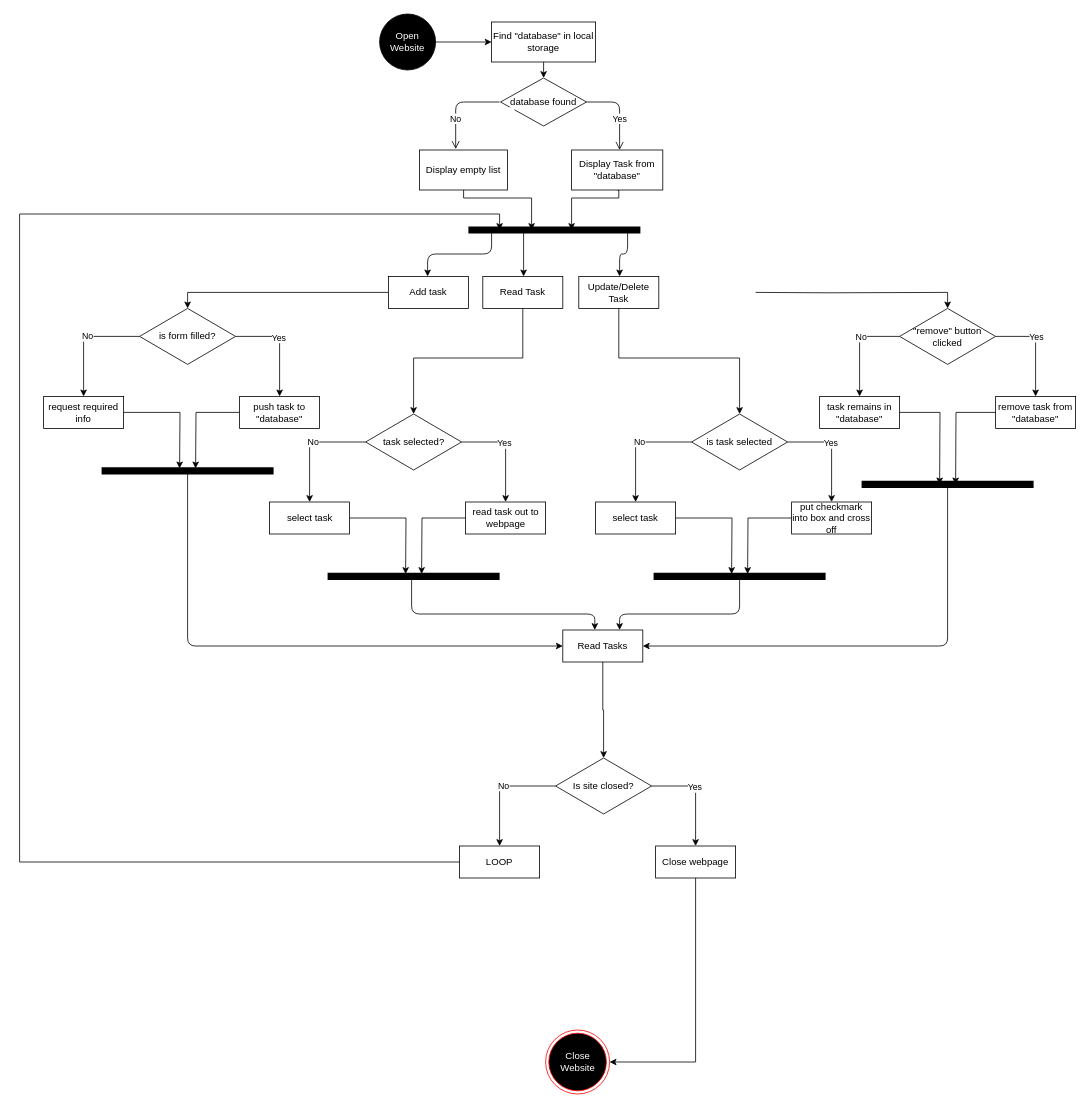
This is Untitled Diagram.drawio from mgarrettw4/Garrett, a draw.io file, before an edit. Source tidied: cells renumbered, new cells numbered last; positions are measured from the earlier drawing's top-left corner, leaving out a move shared by most shapes. Both pictures are drawn from the tidied source at 80%, with x=0, y=0 at pixel (19, 14).
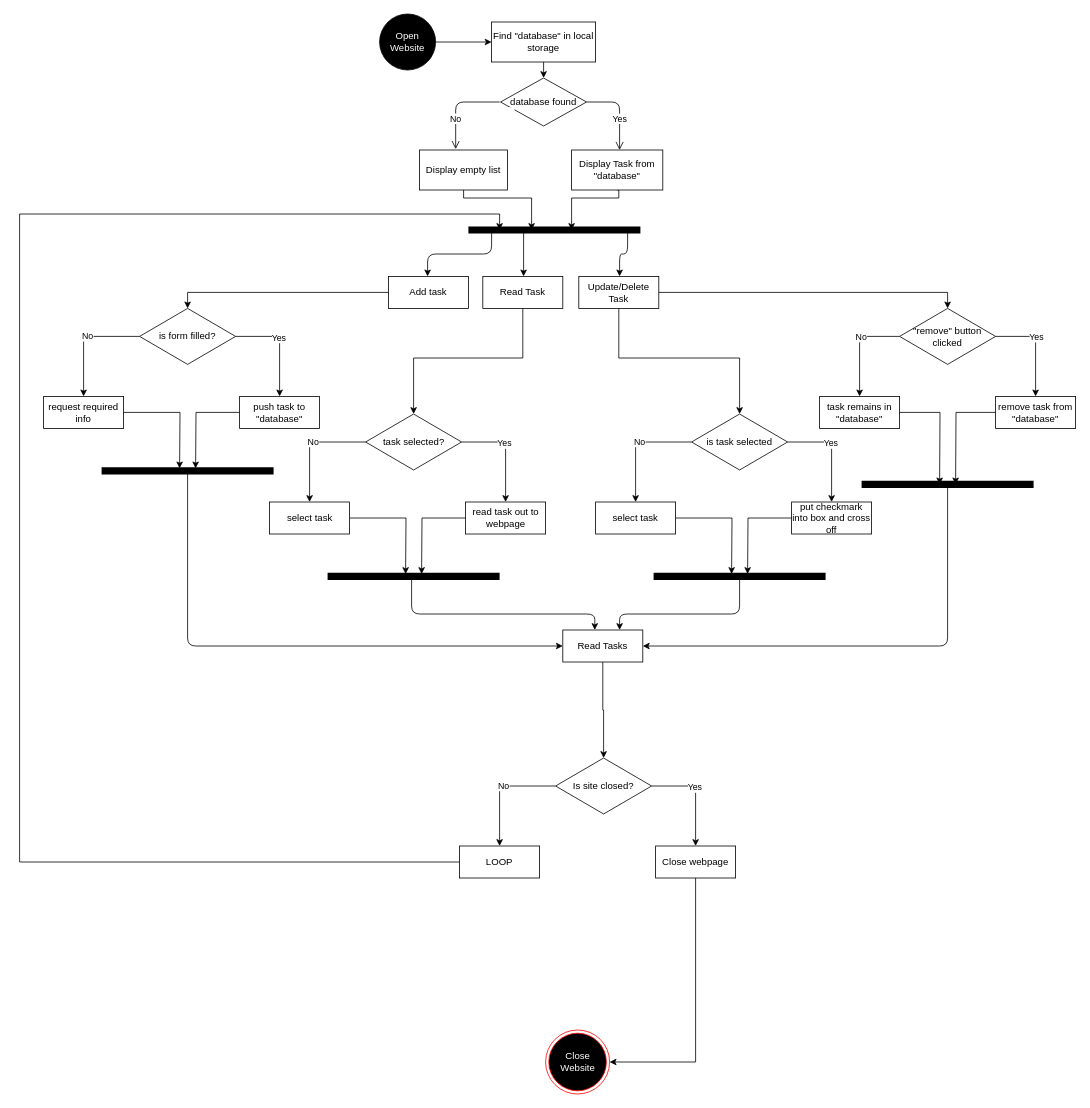
The same page after the edit.

Unchanged cells that the change refers to:
```xml
<mxCell id="17" value="Update/Delete Task" style="whiteSpace=wrap;html=1;align=center;strokeColor=#000000;fillColor=#FFFFFF;fontColor=#000000;" parent="1" vertex="1">
  <mxGeometry x="699" y="328" width="100" height="40" as="geometry" />
</mxCell>
<mxCell id="30" value="&quot;remove&quot; button clicked" style="rhombus;whiteSpace=wrap;html=1;" parent="1" vertex="1">
  <mxGeometry x="1100" y="368" width="120" height="70" as="geometry" />
</mxCell>
```

What changed in the source:
```diff
@@
-    <mxCell id="25" style="edgeStyle=orthogonalEdgeStyle;rounded=0;jettySize=auto;html=1;entryX=0.5;entryY=0;entryDx=0;entryDy=0;labelBackgroundColor=none;targetPerimeterSpacing=0;strokeColor=#000000;strokeWidth=1;fontColor=#000000;" parent="1" edge="1" target="30">
-      <mxGeometry relative="1" as="geometry">
-        <mxPoint x="920" y="348" as="sourcePoint" />
-      </mxGeometry>
+    <mxCell id="25" style="edgeStyle=orthogonalEdgeStyle;rounded=0;jettySize=auto;html=1;entryX=0.5;entryY=0;entryDx=0;entryDy=0;labelBackgroundColor=none;targetPerimeterSpacing=0;strokeColor=#000000;strokeWidth=1;fontColor=#000000;exitX=1;exitY=0.5;exitDx=0;exitDy=0;" parent="1" edge="1" source="17" target="30">
+      <mxGeometry relative="1" as="geometry" />
     </mxCell>
```
